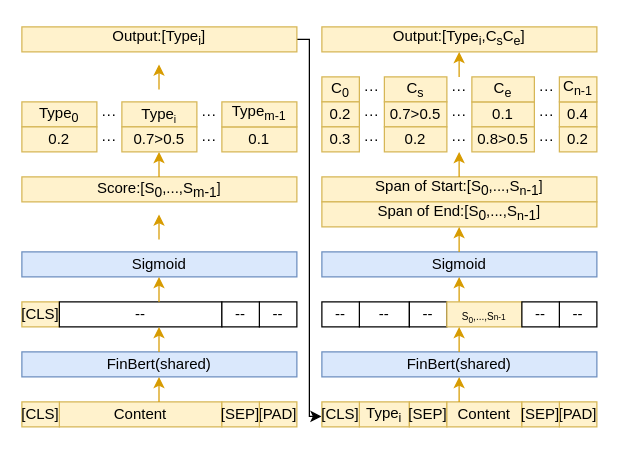
This is 未命名绘图.drawio from zhuanyanruyan/git_repository, a draw.io file, before an edit. Source tidied: cells renumbered, new cells numbered last; positions are measured from the earlier drawing's top-left corner, leaving out a move shared by most shapes. Both pictures are drawn from the tidied source at 125%, with x=0, y=0 at pixel (21, 26).
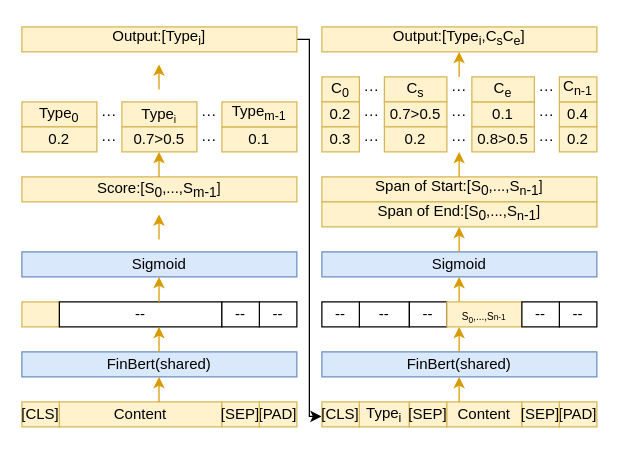
Above is the later version.

What changed in the source:
```diff
@@
-    <mxCell id="6" value="[CLS]" style="rounded=0;whiteSpace=wrap;html=1;fillColor=#fff2cc;strokeColor=#d6b656;" parent="1" vertex="1">
+    <mxCell id="6" style="rounded=0;whiteSpace=wrap;html=1;fillColor=#fff2cc;strokeColor=#d6b656;" parent="1" vertex="1">
       <mxGeometry y="220" width="30" height="20" as="geometry" />
     </mxCell>
```
